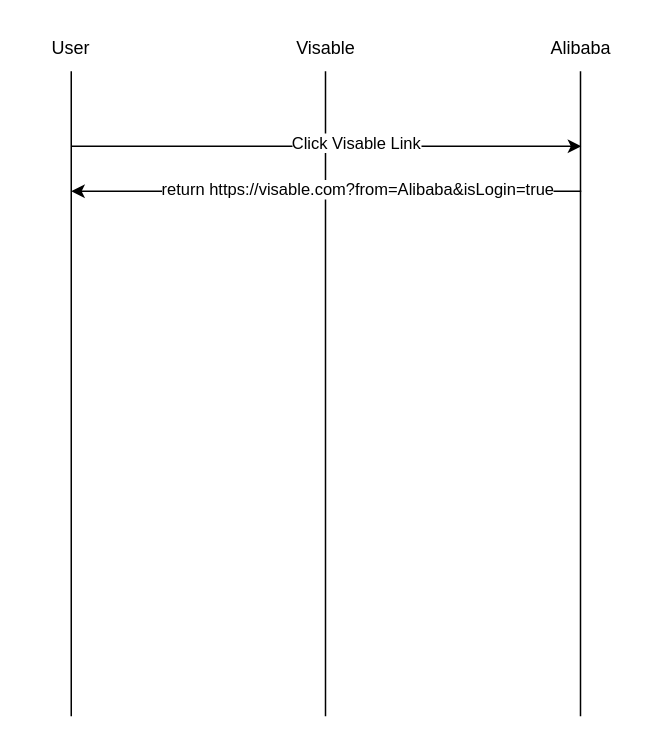
Earlier version of the draw.io diagram drawio/sso.drawio (VisableHarry/seo-drawio). Source tidied: cells renumbered, new cells numbered last; positions are measured from the earlier drawing's top-left corner, leaving out a move shared by most shapes. Both pictures are drawn from the tidied source at 150%, with x=0, y=0 at pixel (26, 26).
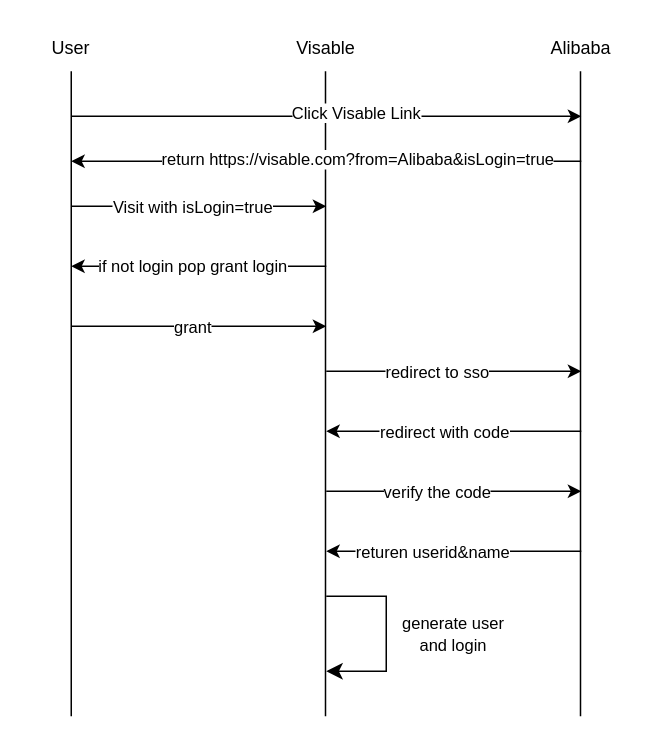
After the change.

Change to the diagram source:
```diff
@@
     <mxCell id="8" style="endArrow=classic;html=1;rounded=0;" parent="1" edge="1">
       <mxGeometry relative="1" as="geometry">
-        <mxPoint x="30" y="80" as="sourcePoint" />
-        <mxPoint x="370" y="80" as="targetPoint" />
+        <mxPoint x="30" y="60" as="sourcePoint" />
+        <mxPoint x="370" y="60" as="targetPoint" />
       </mxGeometry>
     </mxCell>
@@
     <mxCell id="10" style="endArrow=classic;html=1;rounded=0;" parent="1" edge="1">
       <mxGeometry relative="1" as="geometry">
-        <mxPoint x="370" y="110" as="sourcePoint" />
-        <mxPoint x="30" y="110" as="targetPoint" />
+        <mxPoint x="370" y="90" as="sourcePoint" />
+        <mxPoint x="30" y="90" as="targetPoint" />
       </mxGeometry>
     </mxCell>
@@
+    <mxCell id="12" style="endArrow=classic;html=1;rounded=0;" parent="1" edge="1">
+      <mxGeometry relative="1" as="geometry">
+        <mxPoint x="30" y="120" as="sourcePoint" />
+        <mxPoint x="200" y="120" as="targetPoint" />
+      </mxGeometry>
+    </mxCell>
+    <mxCell id="13" value="Visit with isLogin=true" style="edgeLabel;html=1;align=center;verticalAlign=middle;" parent="12" vertex="1">
+      <mxGeometry x="-0.11" y="-2" relative="1" as="geometry">
+        <mxPoint x="4" y="-2" as="offset" />
+      </mxGeometry>
+    </mxCell>
+    <mxCell id="14" style="endArrow=classic;html=1;rounded=0;" parent="1" edge="1">
+      <mxGeometry relative="1" as="geometry">
+        <mxPoint x="200" y="160" as="sourcePoint" />
+        <mxPoint x="30" y="160" as="targetPoint" />
+      </mxGeometry>
+    </mxCell>
+    <mxCell id="15" value="if not login pop grant login" style="edgeLabel;html=1;align=center;verticalAlign=middle;" parent="14" vertex="1">
+      <mxGeometry x="0.16" y="-2" relative="1" as="geometry">
+        <mxPoint x="9" y="1" as="offset" />
+      </mxGeometry>
+    </mxCell>
+    <mxCell id="16" style="endArrow=classic;html=1;rounded=0;" parent="1" edge="1">
+      <mxGeometry relative="1" as="geometry">
+        <mxPoint x="30" y="200" as="sourcePoint" />
+        <mxPoint x="200" y="200" as="targetPoint" />
+      </mxGeometry>
+    </mxCell>
+    <mxCell id="17" value="grant" style="edgeLabel;html=1;align=center;verticalAlign=middle;" parent="16" vertex="1">
+      <mxGeometry x="-0.26" relative="1" as="geometry">
+        <mxPoint x="17" as="offset" />
+      </mxGeometry>
+    </mxCell>
+    <mxCell id="18" style="endArrow=classic;html=1;rounded=0;" parent="1" edge="1">
+      <mxGeometry relative="1" as="geometry">
+        <mxPoint x="200" y="230" as="sourcePoint" />
+        <mxPoint x="370" y="230" as="targetPoint" />
+      </mxGeometry>
+    </mxCell>
+    <mxCell id="19" value="redirect to sso" style="edgeLabel;html=1;align=center;verticalAlign=middle;" parent="18" vertex="1">
+      <mxGeometry x="-0.14" y="-2" relative="1" as="geometry">
+        <mxPoint y="-2" as="offset" />
+      </mxGeometry>
+    </mxCell>
+    <mxCell id="20" style="endArrow=classic;html=1;rounded=0;" parent="1" edge="1">
+      <mxGeometry relative="1" as="geometry">
+        <mxPoint x="370" y="270" as="sourcePoint" />
+        <mxPoint x="200" y="270" as="targetPoint" />
+      </mxGeometry>
+    </mxCell>
+    <mxCell id="21" value="redirect with code" style="edgeLabel;html=1;align=center;verticalAlign=middle;" parent="20" vertex="1">
+      <mxGeometry x="0.08" y="-7" relative="1" as="geometry">
+        <mxPoint y="7" as="offset" />
+      </mxGeometry>
+    </mxCell>
+    <mxCell id="22" style="edgeStyle=elbowEdgeStyle;elbow=horizontal;endArrow=classic;html=1;curved=0;rounded=0;endSize=8;startSize=8;" parent="1" edge="1">
+      <mxGeometry relative="1" as="geometry">
+        <mxPoint x="200" y="380" as="sourcePoint" />
+        <mxPoint x="200" y="430" as="targetPoint" />
+        <Array as="points">
+          <mxPoint x="240" y="410" />
+        </Array>
+      </mxGeometry>
+    </mxCell>
+    <mxCell id="23" value="&lt;font style=&quot;font-size: 11px;&quot;&gt;generate user and login&lt;/font&gt;" style="text;html=1;align=center;verticalAlign=middle;whiteSpace=wrap;rounded=0;" parent="1" vertex="1">
+      <mxGeometry x="240" y="390" width="90" height="30" as="geometry" />
+    </mxCell>
+    <mxCell id="24" style="endArrow=classic;html=1;rounded=0;" parent="1" edge="1">
+      <mxGeometry relative="1" as="geometry">
+        <mxPoint x="200" y="310" as="sourcePoint" />
+        <mxPoint x="370" y="310" as="targetPoint" />
+      </mxGeometry>
+    </mxCell>
+    <mxCell id="25" value="verify the code" style="edgeLabel;html=1;align=center;verticalAlign=middle;" parent="24" vertex="1">
+      <mxGeometry x="-0.14" y="-2" relative="1" as="geometry">
+        <mxPoint y="-2" as="offset" />
+      </mxGeometry>
+    </mxCell>
+    <mxCell id="26" style="endArrow=classic;html=1;rounded=0;" parent="1" edge="1">
+      <mxGeometry relative="1" as="geometry">
+        <mxPoint x="370" y="350" as="sourcePoint" />
+        <mxPoint x="200" y="350" as="targetPoint" />
+      </mxGeometry>
+    </mxCell>
+    <mxCell id="27" value="returen userid&amp;amp;name" style="edgeLabel;html=1;align=center;verticalAlign=middle;" parent="26" vertex="1">
+      <mxGeometry x="0.24" y="2" relative="1" as="geometry">
+        <mxPoint x="5" y="-2" as="offset" />
+      </mxGeometry>
+    </mxCell>
```
